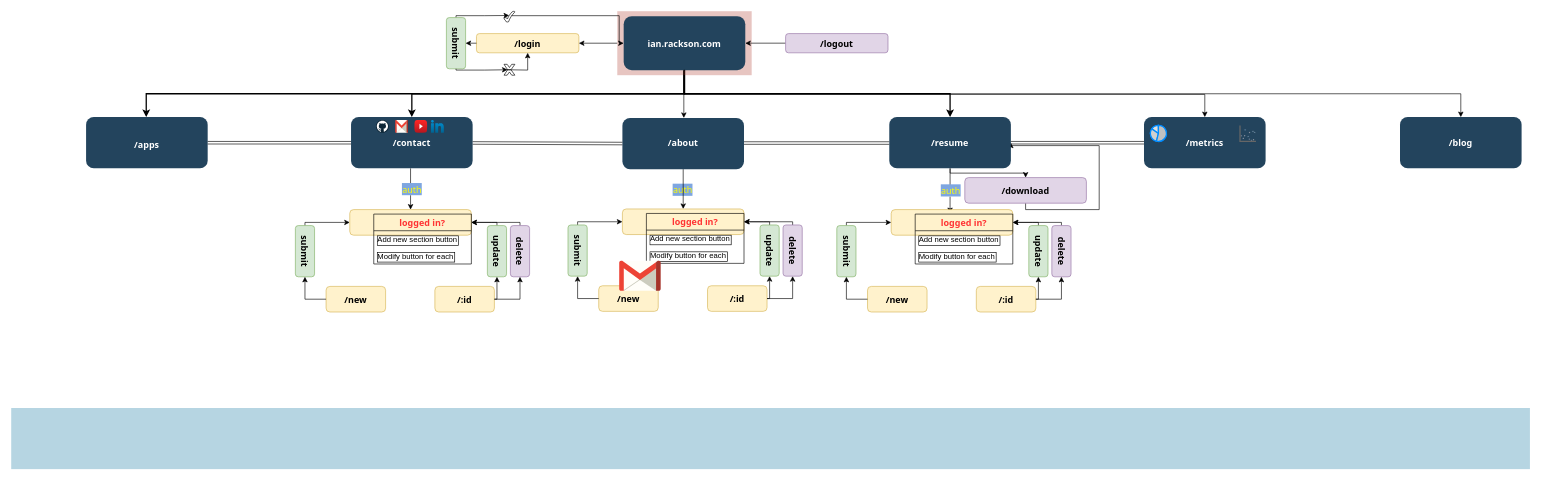
Before: agile/Sitemap-v1.drawio in irackson/PersonalBackend, a draw.io diagram. Source tidied: cells renumbered, new cells numbered last; positions are measured from the earlier drawing's top-left corner, leaving out a move shared by most shapes. Both pictures are drawn from the tidied source at 64%, with x=0, y=0 at pixel (11, 11).
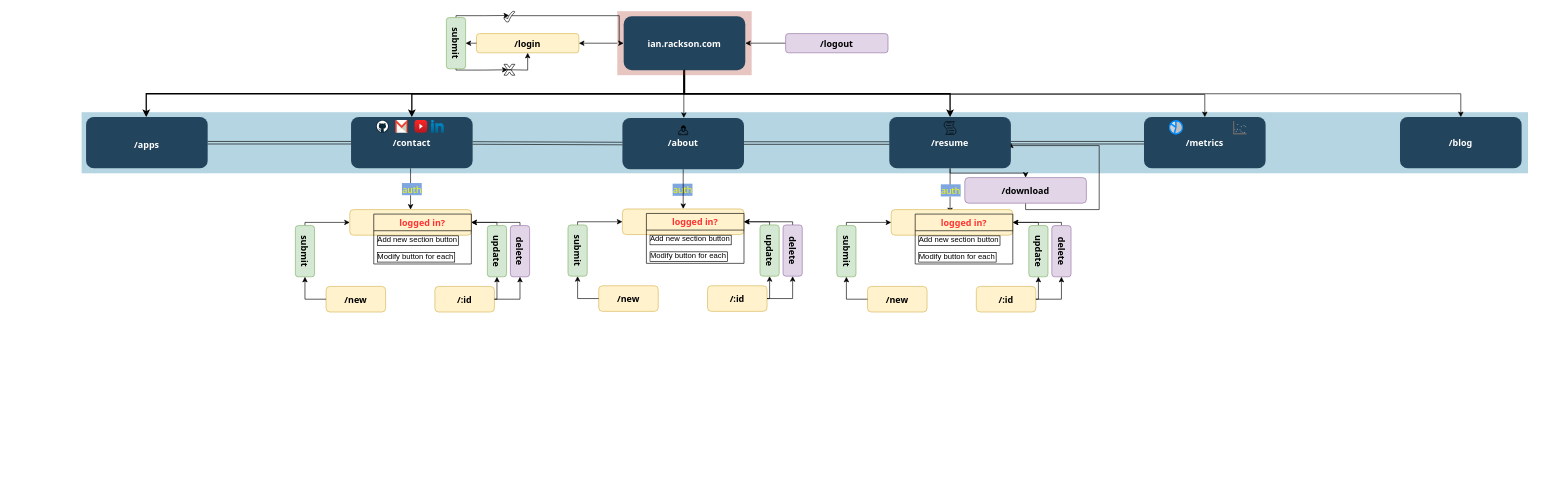
After the change.

Unchanged cells that the change refers to:
```xml
<mxCell id="84" style="group;" parent="1" vertex="1">
  <mxGeometry x="1372" y="165.5" width="190" height="80" as="geometry" />
</mxCell>
<mxCell id="85" style="rounded=1;fillColor=#23445D;gradientColor=none;strokeColor=none;fontColor=#FFFFFF;fontStyle=1;fontFamily=Tahoma;fontSize=14;" parent="84" vertex="1">
  <mxGeometry width="190" height="80" as="geometry" />
</mxCell>
<mxCell id="87" style="group;" parent="1" vertex="1">
  <mxGeometry x="955" y="166.8" width="190" height="212.8" as="geometry" />
</mxCell>
<mxCell id="88" style="rounded=1;fillColor=#23445D;gradientColor=none;strokeColor=none;fontColor=#FFFFFF;fontStyle=1;fontFamily=Tahoma;fontSize=14;" parent="87" vertex="1">
  <mxGeometry width="190" height="80" as="geometry" />
</mxCell>
<mxCell id="101" style="group;" parent="1" vertex="1">
  <mxGeometry x="1770" y="165.5" width="190" height="105" as="geometry" />
</mxCell>
```

What changed in the source:
```diff
@@
     <mxCell id="3" style="fillColor=#10739E;strokeColor=none;opacity=30;" parent="1" vertex="1">
-      <mxGeometry y="620" width="2373" height="95.5" as="geometry" />
+      <mxGeometry x="110" y="157.8" width="2260" height="95.5" as="geometry" />
     </mxCell>
@@
+    <mxCell id="116" style="group;" parent="84" vertex="1">
+      <mxGeometry x="45" y="7" width="100" height="46" as="geometry" />
+    </mxCell>
-    <mxCell id="86" value="/resume" style="swimlane;fontStyle=1;horizontal=1;startSize=26;fillColor=none;shadow=0;labelBackgroundColor=none;align=center;fontColor=#FFFFFF;fontFamily=Tahoma;fontSize=14;labelBorderColor=none;swimlaneFillColor=#F8CECC;strokeColor=none;" parent="84" vertex="1" collapsed="1">
-      <mxGeometry x="45" y="27" width="100" height="26" as="geometry" />
+    <mxCell id="86" value="/resume" style="swimlane;fontStyle=1;horizontal=1;startSize=26;fillColor=none;shadow=0;labelBackgroundColor=none;align=center;fontColor=#FFFFFF;fontFamily=Tahoma;fontSize=14;labelBorderColor=none;swimlaneFillColor=#F8CECC;strokeColor=none;" parent="116" vertex="1" collapsed="1">
+      <mxGeometry y="20" width="100" height="26" as="geometry" />
     </mxCell>
+    <mxCell id="117" style="shape=mxgraph.bpmn.script_task;html=1;shadow=0;startSize=26;fillColor=none;fontFamily=Tahoma;fontSize=14;fontColor=#FFFFFF;" parent="116" vertex="1">
+      <mxGeometry x="40" width="20" height="20" as="geometry" />
+    </mxCell>
@@
+    <mxCell id="118" style="group;" parent="87" vertex="1">
+      <mxGeometry x="45" y="12.2" width="100" height="38.5" as="geometry" />
+    </mxCell>
-    <mxCell id="89" value="/about" style="swimlane;fontStyle=1;horizontal=1;startSize=26;fillColor=none;shadow=0;labelBackgroundColor=none;align=center;fontColor=#FFFFFF;fontFamily=Tahoma;fontSize=14;labelBorderColor=none;swimlaneFillColor=#F8CECC;strokeColor=none;" parent="87" vertex="1" collapsed="1">
-      <mxGeometry x="45" y="24.8" width="100" height="26" as="geometry" />
+    <mxCell id="89" value="/about" style="swimlane;fontStyle=1;horizontal=1;startSize=26;fillColor=none;shadow=0;labelBackgroundColor=none;align=center;fontColor=#FFFFFF;fontFamily=Tahoma;fontSize=14;labelBorderColor=none;swimlaneFillColor=#F8CECC;strokeColor=none;" parent="118" vertex="1" collapsed="1">
+      <mxGeometry y="12.5" width="100" height="26" as="geometry" />
     </mxCell>
+    <mxCell id="119" style="shape=mxgraph.bpmn.user_task;html=1;shadow=0;startSize=26;fillColor=none;fontFamily=Tahoma;fontSize=14;fontColor=#FFFFFF;" parent="118" vertex="1">
+      <mxGeometry x="43" width="14" height="14" as="geometry" />
+    </mxCell>
@@
     <mxCell id="103" style="group;" parent="101" vertex="1">
-      <mxGeometry x="10" y="13" width="165" height="40" as="geometry" />
+      <mxGeometry x="10" y="13" width="175" height="92" as="geometry" />
     </mxCell>
@@
-    <mxCell id="105" style="verticalLabelPosition=bottom;shadow=0;dashed=0;align=center;html=1;verticalAlign=top;strokeWidth=1;shape=mxgraph.mockup.graphics.pieChart;strokeColor=#008cff;parts=10,20,35;partColors=#e0e0e0,#d0d0d0,#c0c0c0,#b0b0b0,#a0a0a0;strokeWidth=2;startSize=26;fillColor=none;fontFamily=Tahoma;fontSize=14;fontColor=#FFFFFF;" parent="103" vertex="1">
-      <mxGeometry width="25" height="25" as="geometry" />
+    <mxCell id="105" style="verticalLabelPosition=bottom;shadow=0;dashed=0;align=center;html=1;verticalAlign=top;strokeWidth=1;shape=mxgraph.mockup.graphics.pieChart;strokeColor=#008cff;parts=10,20,35;partColors=#e0e0e0,#d0d0d0,#c0c0c0,#b0b0b0,#a0a0a0;strokeWidth=2;startSize=26;fillColor=none;fontFamily=Tahoma;fontSize=14;fontColor=#FFFFFF;" parent="101" vertex="1">
+      <mxGeometry x="40" y="6" width="20" height="20" as="geometry" />
     </mxCell>
-    <mxCell id="106" style="verticalLabelPosition=bottom;shadow=0;dashed=0;align=center;html=1;verticalAlign=top;strokeWidth=1;shape=mxgraph.mockup.graphics.plotChart;strokeColor=none;strokeColor2=#aaaaaa;strokeColor3=#666666;fillColor2=#99aaff,#0022ff,#008cff;startSize=26;fillColor=none;fontFamily=Tahoma;fontSize=14;fontColor=#FFFFFF;" parent="103" vertex="1">
-      <mxGeometry x="140" width="25" height="25" as="geometry" />
+    <mxCell id="106" style="verticalLabelPosition=bottom;shadow=0;dashed=0;align=center;html=1;verticalAlign=top;strokeWidth=1;shape=mxgraph.mockup.graphics.plotChart;strokeColor=none;strokeColor2=#aaaaaa;strokeColor3=#666666;fillColor2=#99aaff,#0022ff,#008cff;startSize=26;fillColor=none;fontFamily=Tahoma;fontSize=14;fontColor=#FFFFFF;" parent="101" vertex="1">
+      <mxGeometry x="140" y="6" width="20" height="20" as="geometry" />
     </mxCell>
@@
-    <mxCell id="112" style="edgeStyle=none;shape=link;rounded=0;orthogonalLoop=1;jettySize=auto;html=1;startSize=26;fontFamily=Tahoma;fontSize=14;fontColor=#FFFFFF;" parent="1" edge="1">
-      <mxGeometry relative="1" as="geometry">
-        <mxPoint x="1145" y="206" as="sourcePoint" />
-        <mxPoint x="1372" y="206" as="targetPoint" />
-      </mxGeometry>
-    </mxCell>
@@
-    <mxCell id="114" style="dashed=0;html=1;align=center;labelPosition=center;verticalLabelPosition=bottom;verticalAlign=top;shape=mxgraph.weblogos.gmail;shadow=0;startSize=26;fillColor=none;fontFamily=Tahoma;fontSize=14;fontColor=#FFFFFF;" parent="1" vertex="1">
-      <mxGeometry x="950" y="390" width="64.8" height="46.8" as="geometry" />
-    </mxCell>
@@
+    <mxCell id="120" style="edgeStyle=elbowEdgeStyle;shape=link;rounded=0;jettySize=auto;elbow=vertical;html=1;entryX=0;entryY=0.5;entryDx=0;entryDy=0;startSize=26;fontFamily=Tahoma;fontSize=14;fontColor=#FFFFFF;" parent="1" edge="1" source="88" target="85">
+      <mxGeometry relative="1" as="geometry" />
+    </mxCell>
```
